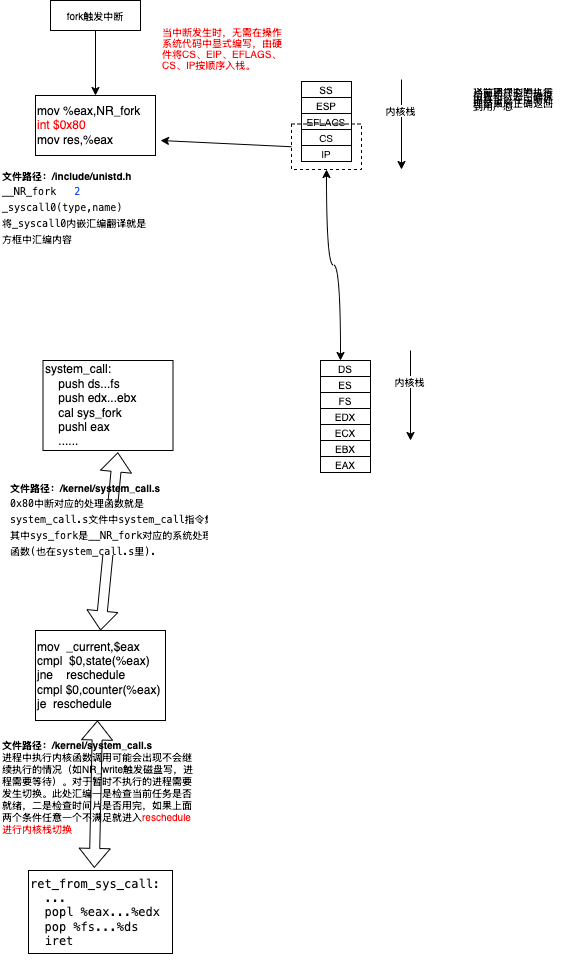
Before: linux_fork.png, a diagram exported from draw.io (zhaole0606/pic). Source tidied: cells renumbered, new cells last; positions are measured from the earlier drawing's top-left corner, leaving out a move shared by most shapes.
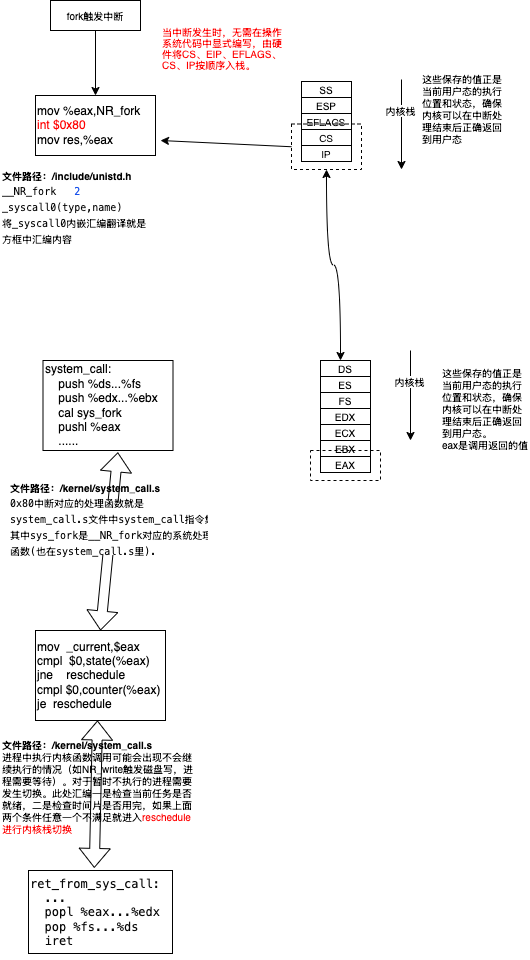
After the change.

Diff of the diagram source:
```diff
@@ -47,15 +47,15 @@
     <mxCell id="15" style="rounded=0;whiteSpace=wrap;html=1;dashed=1;fillColor=none;fontSize=10;" parent="1" vertex="1">
       <mxGeometry x="291" y="123.5" width="70" height="45.5" as="geometry" />
     </mxCell>
-    <mxCell id="16" value="&lt;h1 style=&quot;margin-top: 0px; line-height: 34%; font-size: 10px;&quot;&gt;&lt;span style=&quot;caret-color: rgb(0, 0, 0); font-family: -webkit-standard; font-weight: 400; font-size: 10px;&quot;&gt;&lt;font style=&quot;font-size: 10px;&quot;&gt;这些保存的值正是当前用户态的执行位置和状态，确保内核可以在中断处理结束后正确返回到用户态&lt;/font&gt;&lt;/span&gt;&lt;br style=&quot;font-size: 10px;&quot;&gt;&lt;/h1&gt;" style="text;html=1;whiteSpace=wrap;overflow=hidden;rounded=0;fontSize=10;" parent="1" vertex="1">
-      <mxGeometry x="471" y="81" width="90" height="110" as="geometry" />
+    <mxCell id="16" value="这些保存的值正是当前用户态的执行位置和状态，确保内核可以在中断处理结束后正确返回到用户态&#10;" style="text;whiteSpace=wrap;overflow=hidden;rounded=0;fontSize=10;" parent="1" vertex="1">
+      <mxGeometry x="420" y="66" width="90" height="110" as="geometry" />
     </mxCell>
     <mxCell id="17" style="endArrow=classic;html=1;rounded=0;exitX=0;exitY=0.5;exitDx=0;exitDy=0;fontSize=10;" parent="1" edge="1" source="15">
       <mxGeometry relative="1" as="geometry">
         <mxPoint x="160" y="140" as="targetPoint" />
       </mxGeometry>
     </mxCell>
-    <mxCell id="18" value="system_call:&lt;div style=&quot;font-size: 12px;&quot;&gt;&lt;span style=&quot;background-color: initial; font-size: 12px;&quot;&gt;&amp;nbsp; &amp;nbsp; push ds...fs&lt;/span&gt;&lt;/div&gt;&lt;div style=&quot;font-size: 12px;&quot;&gt;&lt;span style=&quot;background-color: initial; font-size: 12px;&quot;&gt;&amp;nbsp; &amp;nbsp; push edx...ebx&amp;nbsp;&lt;/span&gt;&lt;/div&gt;&lt;div style=&quot;font-size: 12px;&quot;&gt;&lt;span style=&quot;background-color: initial; font-size: 12px;&quot;&gt;&amp;nbsp; &amp;nbsp; cal sys_fork&lt;/span&gt;&lt;/div&gt;&lt;div style=&quot;font-size: 12px;&quot;&gt;&lt;span style=&quot;background-color: initial; font-size: 12px;&quot;&gt;&amp;nbsp; &amp;nbsp; pushl eax&lt;/span&gt;&lt;/div&gt;&lt;div style=&quot;font-size: 12px;&quot;&gt;&amp;nbsp; &amp;nbsp; ......&lt;/div&gt;" style="whiteSpace=wrap;html=1;rounded=0;align=left;fontSize=12;" parent="1" vertex="1">
+    <mxCell id="18" value="system_call:&lt;div style=&quot;font-size: 12px;&quot;&gt;&lt;span style=&quot;background-color: initial; font-size: 12px;&quot;&gt;&amp;nbsp; &amp;nbsp; push %ds...%fs&lt;/span&gt;&lt;/div&gt;&lt;div style=&quot;font-size: 12px;&quot;&gt;&lt;span style=&quot;background-color: initial; font-size: 12px;&quot;&gt;&amp;nbsp; &amp;nbsp; push %edx...%ebx&amp;nbsp;&lt;/span&gt;&lt;/div&gt;&lt;div style=&quot;font-size: 12px;&quot;&gt;&lt;span style=&quot;background-color: initial; font-size: 12px;&quot;&gt;&amp;nbsp; &amp;nbsp; cal sys_fork&lt;/span&gt;&lt;/div&gt;&lt;div style=&quot;font-size: 12px;&quot;&gt;&lt;span style=&quot;background-color: initial; font-size: 12px;&quot;&gt;&amp;nbsp; &amp;nbsp; pushl %eax&lt;/span&gt;&lt;/div&gt;&lt;div style=&quot;font-size: 12px;&quot;&gt;&amp;nbsp; &amp;nbsp; ......&lt;/div&gt;" style="whiteSpace=wrap;html=1;rounded=0;align=left;fontSize=12;" parent="1" vertex="1">
       <mxGeometry x="42.5" y="360" width="130" height="90" as="geometry" />
     </mxCell>
     <mxCell id="19" value="&lt;span style=&quot;font-size: 10px;&quot;&gt;DS&lt;/span&gt;" style="rounded=0;whiteSpace=wrap;html=1;fontSize=10;" parent="1" vertex="1">
@@ -108,5 +108,11 @@
         <mxPoint x="97" y="720" as="targetPoint" />
       </mxGeometry>
     </mxCell>
+    <mxCell id="34" style="rounded=0;whiteSpace=wrap;html=1;dashed=1;fillColor=none;fontSize=10;" parent="1" vertex="1">
+      <mxGeometry x="310" y="450" width="70" height="30" as="geometry" />
+    </mxCell>
+    <mxCell id="35" value="这些保存的值正是当前用户态的执行位置和状态，确保内核可以在中断处理结束后正确返回到用户态。&#10;eax是调用返回的值" style="text;whiteSpace=wrap;overflow=hidden;rounded=0;fontSize=10;" parent="1" vertex="1">
+      <mxGeometry x="440" y="360" width="90" height="110" as="geometry" />
+    </mxCell>
   </root>
 </mxGraphModel>
```
